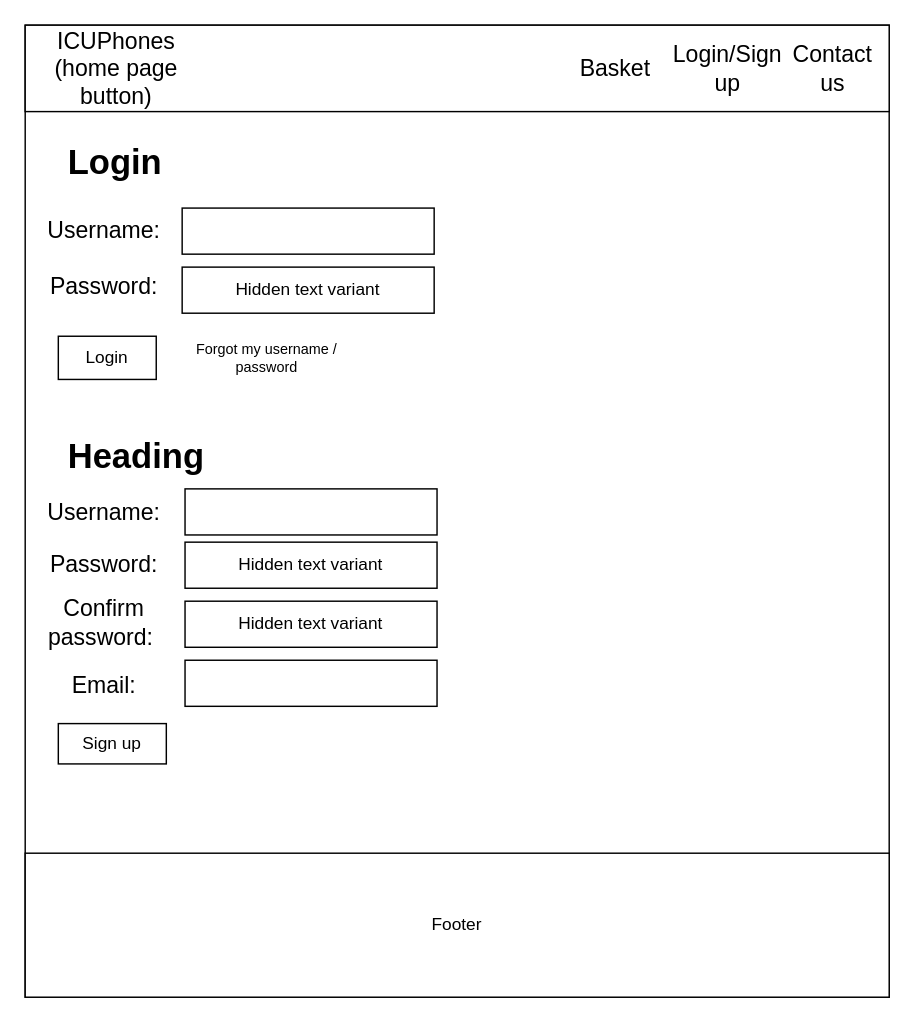
Adam-Spenton/unit_13_assignment_2_Adam_Spenton keeps this draw.io diagram as page "Login / Sign up page" (4 of 8) of wireframes/Wireframe design B.drawio. Above is the earlier version. Source tidied: cells renumbered, new cells numbered last; positions are measured from the earlier drawing's top-left corner, leaving out a move shared by most shapes. Both pictures are drawn from the tidied source at 144%, with x=0, y=0 at pixel (24, 24).
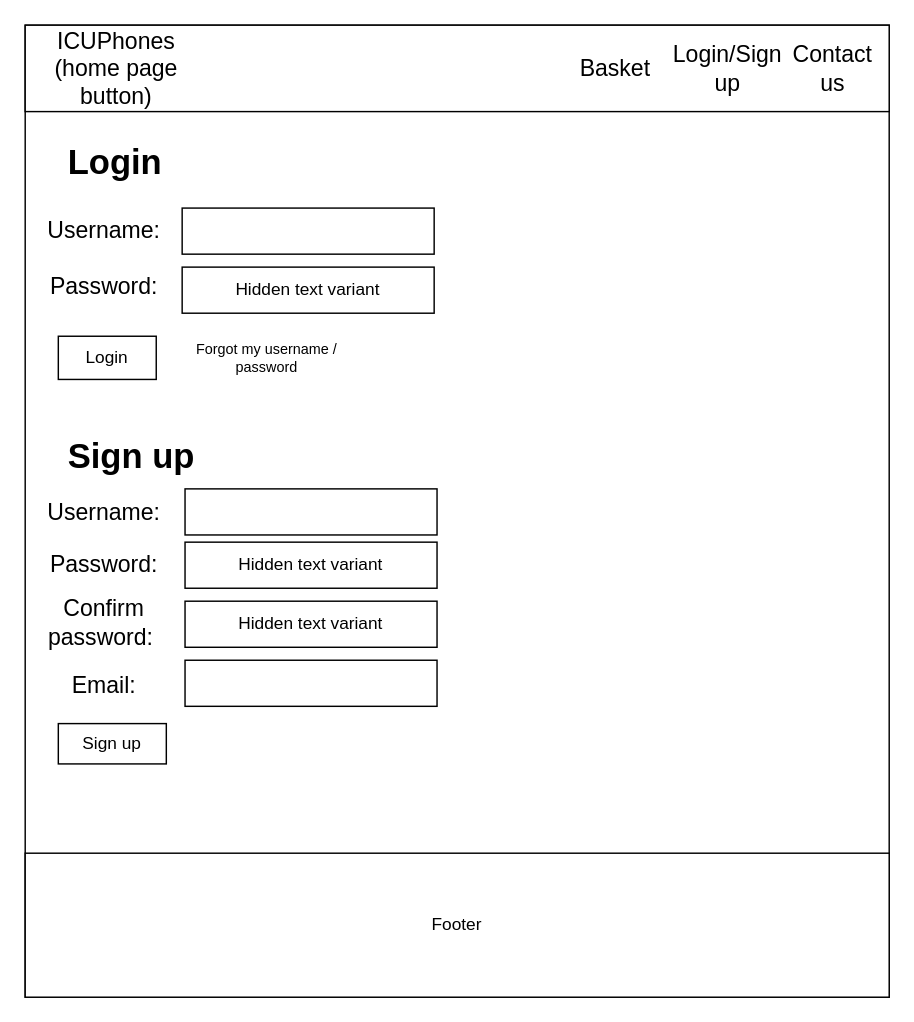
The same diagram, later.

Change to the diagram source:
```diff
@@
-    <mxCell id="16" value="&lt;h1&gt;Heading&lt;/h1&gt;" style="text;html=1;spacing=5;spacingTop=-20;whiteSpace=wrap;overflow=hidden;rounded=0;" parent="1" vertex="1">
+    <mxCell id="16" value="&lt;h1&gt;Sign up&lt;/h1&gt;" style="text;html=1;spacing=5;spacingTop=-20;whiteSpace=wrap;overflow=hidden;rounded=0;" parent="1" vertex="1">
       <mxGeometry x="25" y="280" width="104" height="40" as="geometry" />
     </mxCell>
```
